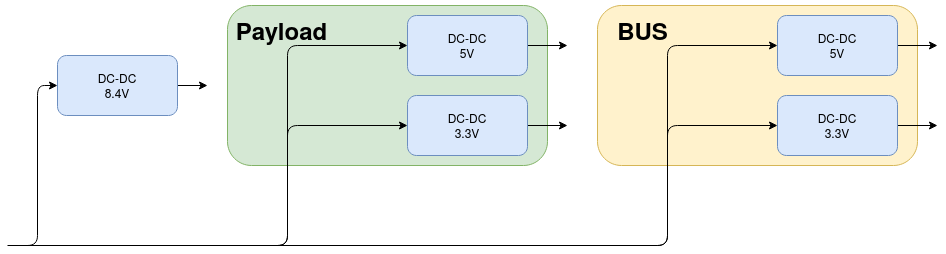
The draw.io diagram Template/img/dcdc.png in Siegmundshof93/MasterArbeit, before a commit. Source tidied: cells renumbered, new cells last; positions are measured from the earlier drawing's top-left corner, leaving out a move shared by most shapes.
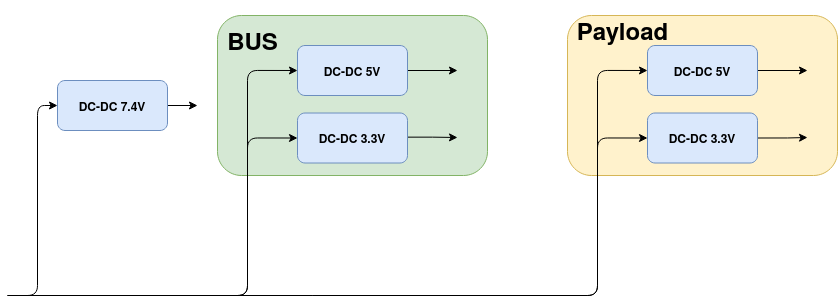
The same file after the commit.

Change to the diagram source:
```diff
@@ -2,101 +2,107 @@
   <root>
     <mxCell id="0" />
     <mxCell id="1" parent="0" />
-    <mxCell id="2" style="rounded=1;whiteSpace=wrap;html=1;fillColor=#d5e8d4;strokeColor=#82b366;" parent="1" vertex="1">
-      <mxGeometry x="220" width="320" height="160" as="geometry" />
-    </mxCell>
-    <mxCell id="3" style="rounded=1;whiteSpace=wrap;html=1;fillColor=#fff2cc;strokeColor=#d6b656;" parent="1" vertex="1">
-      <mxGeometry x="590" width="320" height="160" as="geometry" />
-    </mxCell>
-    <mxCell id="4" style="edgeStyle=orthogonalEdgeStyle;rounded=1;jettySize=auto;html=1;entryX=0;entryY=0.5;entryDx=0;entryDy=0;" parent="1" edge="1" target="7">
-      <mxGeometry relative="1" as="geometry">
-        <mxPoint x="170" y="240" as="sourcePoint" />
-        <Array as="points">
-          <mxPoint x="280" y="240" />
-          <mxPoint x="280" y="40" />
-        </Array>
-      </mxGeometry>
-    </mxCell>
-    <mxCell id="5" style="edgeStyle=orthogonalEdgeStyle;rounded=1;jettySize=auto;html=1;entryX=0;entryY=0.5;entryDx=0;entryDy=0;" parent="1" edge="1" target="9">
-      <mxGeometry relative="1" as="geometry">
-        <mxPoint x="10" y="240" as="sourcePoint" />
-        <Array as="points">
-          <mxPoint x="280" y="240" />
-          <mxPoint x="280" y="120" />
-        </Array>
-      </mxGeometry>
-    </mxCell>
-    <mxCell id="6" style="edgeStyle=orthogonalEdgeStyle;rounded=1;jettySize=auto;html=1;exitX=1;exitY=0.5;exitDx=0;exitDy=0;" parent="1" edge="1" source="7">
-      <mxGeometry relative="1" as="geometry">
-        <mxPoint x="560" y="40" as="targetPoint" />
-      </mxGeometry>
-    </mxCell>
-    <mxCell id="7" value="&lt;div&gt;DC-DC &lt;br&gt;&lt;/div&gt;&lt;div&gt;5V&lt;br&gt;&lt;/div&gt;" style="rounded=1;whiteSpace=wrap;html=1;fillColor=#dae8fc;strokeColor=#6c8ebf;" parent="1" vertex="1">
-      <mxGeometry x="400" y="10" width="120" height="60" as="geometry" />
-    </mxCell>
-    <mxCell id="8" style="edgeStyle=orthogonalEdgeStyle;rounded=1;jettySize=auto;html=1;exitX=1;exitY=0.5;exitDx=0;exitDy=0;" parent="1" edge="1" source="9">
-      <mxGeometry relative="1" as="geometry">
-        <mxPoint x="560" y="120" as="targetPoint" />
-      </mxGeometry>
-    </mxCell>
-    <mxCell id="9" value="&lt;div&gt;DC-DC &lt;br&gt;&lt;/div&gt;&lt;div&gt;3.3V&lt;br&gt;&lt;/div&gt;" style="rounded=1;whiteSpace=wrap;html=1;fillColor=#dae8fc;strokeColor=#6c8ebf;" parent="1" vertex="1">
-      <mxGeometry x="400" y="90" width="120" height="60" as="geometry" />
-    </mxCell>
-    <mxCell id="10" style="edgeStyle=orthogonalEdgeStyle;rounded=1;jettySize=auto;html=1;entryX=0;entryY=0.5;entryDx=0;entryDy=0;" parent="1" edge="1" target="13">
-      <mxGeometry relative="1" as="geometry">
-        <mxPoint x="540" y="240" as="sourcePoint" />
-        <Array as="points">
-          <mxPoint x="660" y="240" />
-          <mxPoint x="660" y="40" />
-        </Array>
-      </mxGeometry>
-    </mxCell>
-    <mxCell id="11" style="edgeStyle=orthogonalEdgeStyle;rounded=1;jettySize=auto;html=1;entryX=0;entryY=0.5;entryDx=0;entryDy=0;" parent="1" edge="1" target="15">
-      <mxGeometry relative="1" as="geometry">
-        <mxPoint x="250" y="240" as="sourcePoint" />
-        <Array as="points">
-          <mxPoint x="660" y="240" />
-          <mxPoint x="660" y="120" />
-        </Array>
-      </mxGeometry>
-    </mxCell>
-    <mxCell id="12" style="edgeStyle=orthogonalEdgeStyle;rounded=1;jettySize=auto;html=1;exitX=1;exitY=0.5;exitDx=0;exitDy=0;" parent="1" edge="1" source="13">
-      <mxGeometry relative="1" as="geometry">
-        <mxPoint x="930" y="40" as="targetPoint" />
-      </mxGeometry>
-    </mxCell>
-    <mxCell id="13" value="&lt;div&gt;DC-DC &lt;br&gt;&lt;/div&gt;&lt;div&gt;5V&lt;br&gt;&lt;/div&gt;" style="rounded=1;whiteSpace=wrap;html=1;fillColor=#dae8fc;strokeColor=#6c8ebf;" parent="1" vertex="1">
-      <mxGeometry x="770" y="10" width="120" height="60" as="geometry" />
-    </mxCell>
-    <mxCell id="14" style="edgeStyle=orthogonalEdgeStyle;rounded=1;jettySize=auto;html=1;exitX=1;exitY=0.5;exitDx=0;exitDy=0;" parent="1" edge="1" source="15">
-      <mxGeometry relative="1" as="geometry">
-        <mxPoint x="930" y="120" as="targetPoint" />
-      </mxGeometry>
-    </mxCell>
-    <mxCell id="15" value="&lt;div&gt;DC-DC &lt;br&gt;&lt;/div&gt;&lt;div&gt;3.3V&lt;br&gt;&lt;/div&gt;" style="rounded=1;whiteSpace=wrap;html=1;fillColor=#dae8fc;strokeColor=#6c8ebf;" parent="1" vertex="1">
-      <mxGeometry x="770" y="90" width="120" height="60" as="geometry" />
-    </mxCell>
-    <mxCell id="16" style="edgeStyle=orthogonalEdgeStyle;rounded=1;jettySize=auto;html=1;exitX=1;exitY=0.5;exitDx=0;exitDy=0;" parent="1" edge="1" source="17">
-      <mxGeometry relative="1" as="geometry">
-        <mxPoint x="200" y="80" as="targetPoint" />
-      </mxGeometry>
-    </mxCell>
-    <mxCell id="17" value="&lt;div&gt;DC-DC &lt;br&gt;&lt;/div&gt;&lt;div&gt;8.4V&lt;br&gt;&lt;/div&gt;" style="rounded=1;whiteSpace=wrap;html=1;fillColor=#dae8fc;strokeColor=#6c8ebf;" parent="1" vertex="1">
-      <mxGeometry x="50" y="50" width="120" height="60" as="geometry" />
-    </mxCell>
+    <mxCell id="21" style="rounded=1;whiteSpace=wrap;html=1;fillColor=#fff2cc;strokeColor=#d6b656;" parent="1" vertex="1">
+      <mxGeometry x="420" y="-20" width="270" height="160" as="geometry" />
+    </mxCell>
+    <mxCell id="22" style="endArrow=classic;html=1;edgeStyle=orthogonalEdgeStyle;entryX=0;entryY=0.5;entryDx=0;entryDy=0;" parent="1" edge="1" target="24">
+      <mxGeometry relative="1" as="geometry">
+        <mxPoint x="-110" y="260" as="sourcePoint" />
+        <Array as="points">
+          <mxPoint x="450" y="260" />
+          <mxPoint x="450" y="35" />
+        </Array>
+      </mxGeometry>
+    </mxCell>
+    <mxCell id="23" style="edgeStyle=orthogonalEdgeStyle;rounded=0;jettySize=auto;html=1;exitX=1;exitY=0.5;exitDx=0;exitDy=0;" parent="1" edge="1" source="24">
+      <mxGeometry relative="1" as="geometry">
+        <mxPoint x="660" y="35" as="targetPoint" />
+      </mxGeometry>
+    </mxCell>
+    <mxCell id="24" value="&lt;b&gt;DC-DC 5V&lt;/b&gt;" style="rounded=1;whiteSpace=wrap;html=1;fillColor=#dae8fc;strokeColor=#6c8ebf;" parent="1" vertex="1">
+      <mxGeometry x="500" y="10" width="110" height="50" as="geometry" />
+    </mxCell>
+    <mxCell id="25" style="edgeStyle=orthogonalEdgeStyle;rounded=0;jettySize=auto;html=1;exitX=1;exitY=0.5;exitDx=0;exitDy=0;" parent="1" edge="1" source="26">
+      <mxGeometry relative="1" as="geometry">
+        <mxPoint x="660" y="102" as="targetPoint" />
+        <Array as="points">
+          <mxPoint x="640" y="102" />
+        </Array>
+      </mxGeometry>
+    </mxCell>
+    <mxCell id="26" value="&lt;b&gt;DC-DC 3.3V&lt;/b&gt;" style="rounded=1;whiteSpace=wrap;html=1;fillColor=#dae8fc;strokeColor=#6c8ebf;" parent="1" vertex="1">
+      <mxGeometry x="500" y="77.5" width="110" height="50" as="geometry" />
+    </mxCell>
+    <mxCell id="27" style="endArrow=classic;html=1;edgeStyle=orthogonalEdgeStyle;entryX=0;entryY=0.5;entryDx=0;entryDy=0;" parent="1" edge="1" target="26">
+      <mxGeometry relative="1" as="geometry">
+        <mxPoint x="-110" y="260" as="sourcePoint" />
+        <Array as="points">
+          <mxPoint x="450" y="260" />
+          <mxPoint x="450" y="102" />
+        </Array>
+      </mxGeometry>
+    </mxCell>
+    <mxCell id="28" style="rounded=1;whiteSpace=wrap;html=1;fillColor=#d5e8d4;strokeColor=#82b366;" parent="1" vertex="1">
+      <mxGeometry x="70" y="-20" width="270" height="160" as="geometry" />
+    </mxCell>
+    <mxCell id="29" style="edgeStyle=orthogonalEdgeStyle;rounded=0;jettySize=auto;html=1;exitX=1;exitY=0.5;exitDx=0;exitDy=0;" parent="1" edge="1" source="30">
+      <mxGeometry relative="1" as="geometry">
+        <mxPoint x="310" y="35" as="targetPoint" />
+      </mxGeometry>
+    </mxCell>
+    <mxCell id="30" value="&lt;b&gt;DC-DC 5V&lt;/b&gt;" style="rounded=1;whiteSpace=wrap;html=1;fillColor=#dae8fc;strokeColor=#6c8ebf;" parent="1" vertex="1">
+      <mxGeometry x="150" y="10" width="110" height="50" as="geometry" />
+    </mxCell>
+    <mxCell id="31" style="edgeStyle=orthogonalEdgeStyle;rounded=0;jettySize=auto;html=1;exitX=1;exitY=0.483;exitDx=0;exitDy=0;exitPerimeter=0;" parent="1" edge="1" source="32">
+      <mxGeometry relative="1" as="geometry">
+        <mxPoint x="310" y="102" as="targetPoint" />
+        <Array as="points">
+          <mxPoint x="285" y="102" />
+        </Array>
+      </mxGeometry>
+    </mxCell>
+    <mxCell id="32" value="&lt;b&gt;DC-DC 3.3V&lt;/b&gt;" style="rounded=1;whiteSpace=wrap;html=1;fillColor=#dae8fc;strokeColor=#6c8ebf;" parent="1" vertex="1">
+      <mxGeometry x="150" y="77.5" width="110" height="50" as="geometry" />
+    </mxCell>
+    <mxCell id="33" style="endArrow=classic;html=1;entryX=0;entryY=0.5;entryDx=0;entryDy=0;edgeStyle=orthogonalEdgeStyle;" parent="1" edge="1" target="32">
+      <mxGeometry relative="1" as="geometry">
+        <mxPoint x="-110" y="260" as="sourcePoint" />
+        <Array as="points">
+          <mxPoint x="100" y="260" />
+          <mxPoint x="100" y="102" />
+        </Array>
+      </mxGeometry>
+    </mxCell>
+    <mxCell id="34" style="endArrow=classic;html=1;entryX=0;entryY=0.5;entryDx=0;entryDy=0;edgeStyle=orthogonalEdgeStyle;" parent="1" edge="1" target="30">
+      <mxGeometry relative="1" as="geometry">
+        <mxPoint x="-140" y="260" as="sourcePoint" />
+        <Array as="points">
+          <mxPoint x="100" y="260" />
+          <mxPoint x="100" y="35" />
+        </Array>
+      </mxGeometry>
+    </mxCell>
+    <mxCell id="35" style="edgeStyle=orthogonalEdgeStyle;rounded=0;jettySize=auto;html=1;exitX=1;exitY=0.5;exitDx=0;exitDy=0;" parent="1" edge="1" source="36">
+      <mxGeometry relative="1" as="geometry">
+        <mxPoint x="50" y="70" as="targetPoint" />
+      </mxGeometry>
+    </mxCell>
+    <mxCell id="36" value="&lt;b&gt;DC-DC 7.4V&lt;br&gt;&lt;/b&gt;" style="rounded=1;whiteSpace=wrap;html=1;fillColor=#dae8fc;strokeColor=#6c8ebf;" parent="1" vertex="1">
+      <mxGeometry x="-90" y="45" width="110" height="50" as="geometry" />
+    </mxCell>
+    <mxCell id="37" style="endArrow=classic;html=1;edgeStyle=orthogonalEdgeStyle;entryX=0;entryY=0.5;entryDx=0;entryDy=0;" parent="1" edge="1" target="36">
+      <mxGeometry relative="1" as="geometry">
+        <mxPoint x="-140" y="260" as="sourcePoint" />
+        <Array as="points">
+          <mxPoint x="-110" y="70" />
+        </Array>
+      </mxGeometry>
+    </mxCell>
+    <mxCell id="19" value="&lt;h1&gt;BUS&lt;/h1&gt;" style="text;html=1;align=center;verticalAlign=middle;" parent="1" vertex="1">
+      <mxGeometry x="70" y="-20" width="70" height="50" as="geometry" />
+    </mxCell>
     <mxCell id="18" value="&lt;h1&gt;Payload&lt;/h1&gt;" style="text;html=1;align=center;verticalAlign=middle;" parent="1" vertex="1">
-      <mxGeometry x="219" width="110" height="50" as="geometry" />
+      <mxGeometry x="420" y="-30" width="110" height="50" as="geometry" />
     </mxCell>
-    <mxCell id="19" value="&lt;h1&gt;BUS&lt;/h1&gt;" style="text;html=1;align=center;verticalAlign=middle;" parent="1" vertex="1">
-      <mxGeometry x="600" width="70" height="50" as="geometry" />
-    </mxCell>
-    <mxCell id="20" style="endArrow=classic;html=1;edgeStyle=orthogonalEdgeStyle;entryX=0;entryY=0.5;entryDx=0;entryDy=0;" parent="1" edge="1" target="17">
-      <mxGeometry relative="1" as="geometry">
-        <mxPoint y="240" as="sourcePoint" />
-        <Array as="points">
-          <mxPoint x="30" y="80" />
-        </Array>
-      </mxGeometry>
-    </mxCell>
   </root>
 </mxGraphModel>
```
